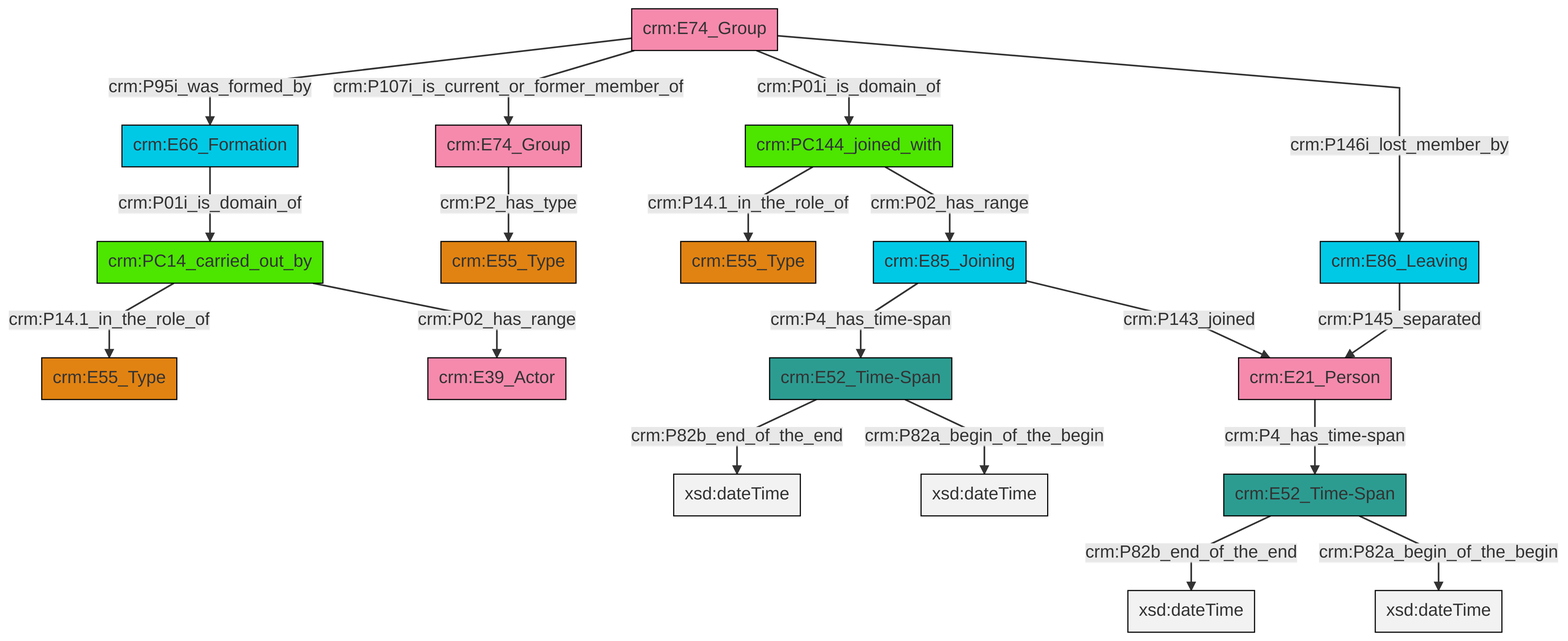
The Mermaid diagram et/groupCSV/ttl/mmd/png/group_actor_relations.png in swiss-art-research-net/reference-data-models, before a commit. Its source is kept beside it as et/groupCSV/ttl/mmd/group_actor_relations.ttl.mmd. The source it was exported from:
```mermaid
graph TD
classDef Literal fill:#f2f2f2,stroke:#000000;
classDef CRM_Entity fill:#FFFFFF,stroke:#000000;
classDef Temporal_Entity fill:#00C9E6, stroke:#000000;
classDef Type fill:#E18312, stroke:#000000;
classDef Time-Span fill:#2C9C91, stroke:#000000;
classDef Appellation fill:#FFEB7F, stroke:#000000;
classDef Place fill:#008836, stroke:#000000;
classDef Persistent_Item fill:#B266B2, stroke:#000000;
classDef Conceptual_Object fill:#FFD700, stroke:#000000;
classDef Physical_Thing fill:#D2B48C, stroke:#000000;
classDef Actor fill:#f58aad, stroke:#000000;
classDef PC_Classes fill:#4ce600, stroke:#000000;
classDef Multi fill:#cccccc,stroke:#000000;

2["crm:E52_Time-Span"]:::Time-Span -->|crm:P82b_end_of_the_end| 3[xsd:dateTime]:::Literal
0["crm:E86_Leaving"]:::Temporal_Entity -->|crm:P145_separated| 8["crm:E21_Person"]:::Actor
11["crm:PC14_carried_out_by"]:::PC_Classes -->|crm:P14.1_in_the_role_of| 12["crm:E55_Type"]:::Type
11["crm:PC14_carried_out_by"]:::PC_Classes -->|crm:P02_has_range| 13["crm:E39_Actor"]:::Actor
14["crm:E85_Joining"]:::Temporal_Entity -->|crm:P4_has_time-span| 2["crm:E52_Time-Span"]:::Time-Span
15["crm:E74_Group"]:::Actor -->|crm:P95i_was_formed_by| 6["crm:E66_Formation"]:::Temporal_Entity
18["crm:PC144_joined_with"]:::PC_Classes -->|crm:P14.1_in_the_role_of| 19["crm:E55_Type"]:::Type
14["crm:E85_Joining"]:::Temporal_Entity -->|crm:P143_joined| 8["crm:E21_Person"]:::Actor
2["crm:E52_Time-Span"]:::Time-Span -->|crm:P82a_begin_of_the_begin| 20[xsd:dateTime]:::Literal
9["crm:E52_Time-Span"]:::Time-Span -->|crm:P82b_end_of_the_end| 22[xsd:dateTime]:::Literal
9["crm:E52_Time-Span"]:::Time-Span -->|crm:P82a_begin_of_the_begin| 23[xsd:dateTime]:::Literal
8["crm:E21_Person"]:::Actor -->|crm:P4_has_time-span| 9["crm:E52_Time-Span"]:::Time-Span
6["crm:E66_Formation"]:::Temporal_Entity -->|crm:P01i_is_domain_of| 11["crm:PC14_carried_out_by"]:::PC_Classes
18["crm:PC144_joined_with"]:::PC_Classes -->|crm:P02_has_range| 14["crm:E85_Joining"]:::Temporal_Entity
15["crm:E74_Group"]:::Actor -->|crm:P107i_is_current_or_former_member_of| 31["crm:E74_Group"]:::Actor
31["crm:E74_Group"]:::Actor -->|crm:P2_has_type| 4["crm:E55_Type"]:::Type
15["crm:E74_Group"]:::Actor -->|crm:P01i_is_domain_of| 18["crm:PC144_joined_with"]:::PC_Classes
15["crm:E74_Group"]:::Actor -->|crm:P146i_lost_member_by| 0["crm:E86_Leaving"]:::Temporal_Entity
```
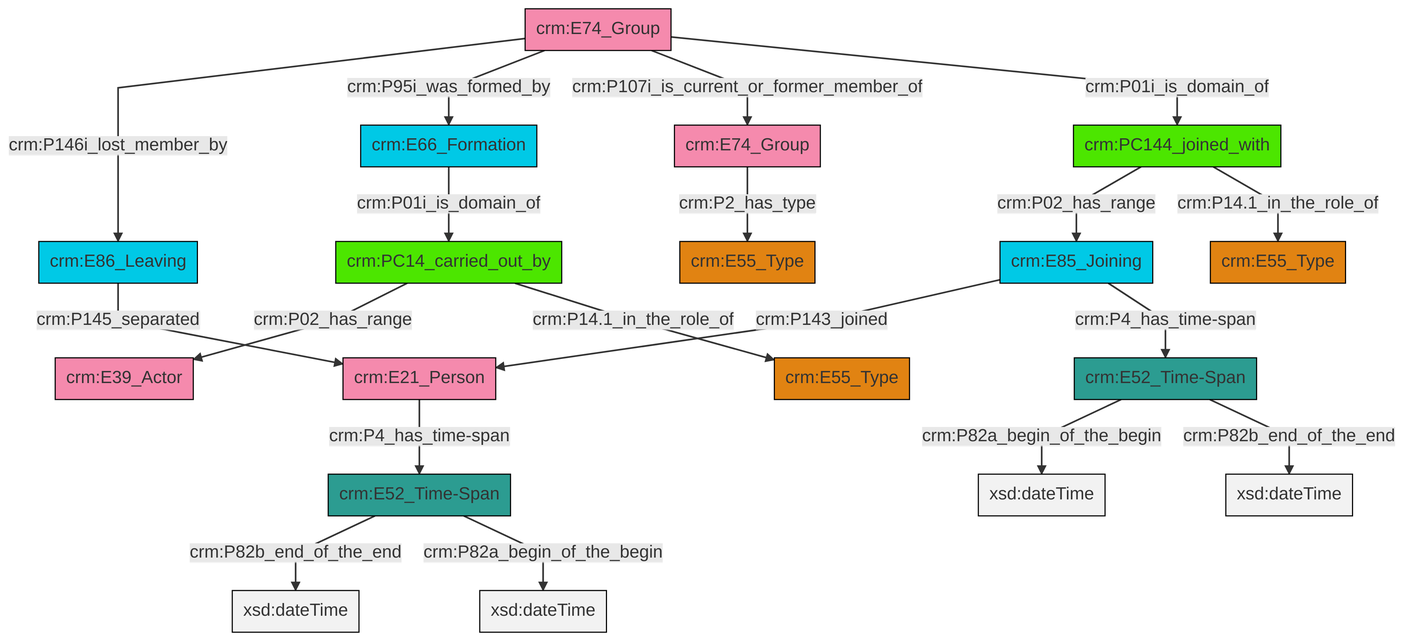
Above is the later version.

What changed in the source:
```diff
@@ -13,21 +13,21 @@
 classDef PC_Classes fill:#4ce600, stroke:#000000;
 classDef Multi fill:#cccccc,stroke:#000000;
 
-2["crm:E52_Time-Span"]:::Time-Span -->|crm:P82b_end_of_the_end| 3[xsd:dateTime]:::Literal
-0["crm:E86_Leaving"]:::Temporal_Entity -->|crm:P145_separated| 8["crm:E21_Person"]:::Actor
-11["crm:PC14_carried_out_by"]:::PC_Classes -->|crm:P14.1_in_the_role_of| 12["crm:E55_Type"]:::Type
-11["crm:PC14_carried_out_by"]:::PC_Classes -->|crm:P02_has_range| 13["crm:E39_Actor"]:::Actor
-14["crm:E85_Joining"]:::Temporal_Entity -->|crm:P4_has_time-span| 2["crm:E52_Time-Span"]:::Time-Span
-15["crm:E74_Group"]:::Actor -->|crm:P95i_was_formed_by| 6["crm:E66_Formation"]:::Temporal_Entity
-18["crm:PC144_joined_with"]:::PC_Classes -->|crm:P14.1_in_the_role_of| 19["crm:E55_Type"]:::Type
-14["crm:E85_Joining"]:::Temporal_Entity -->|crm:P143_joined| 8["crm:E21_Person"]:::Actor
-2["crm:E52_Time-Span"]:::Time-Span -->|crm:P82a_begin_of_the_begin| 20[xsd:dateTime]:::Literal
-9["crm:E52_Time-Span"]:::Time-Span -->|crm:P82b_end_of_the_end| 22[xsd:dateTime]:::Literal
-9["crm:E52_Time-Span"]:::Time-Span -->|crm:P82a_begin_of_the_begin| 23[xsd:dateTime]:::Literal
-8["crm:E21_Person"]:::Actor -->|crm:P4_has_time-span| 9["crm:E52_Time-Span"]:::Time-Span
-6["crm:E66_Formation"]:::Temporal_Entity -->|crm:P01i_is_domain_of| 11["crm:PC14_carried_out_by"]:::PC_Classes
-18["crm:PC144_joined_with"]:::PC_Classes -->|crm:P02_has_range| 14["crm:E85_Joining"]:::Temporal_Entity
-15["crm:E74_Group"]:::Actor -->|crm:P107i_is_current_or_former_member_of| 31["crm:E74_Group"]:::Actor
-31["crm:E74_Group"]:::Actor -->|crm:P2_has_type| 4["crm:E55_Type"]:::Type
-15["crm:E74_Group"]:::Actor -->|crm:P01i_is_domain_of| 18["crm:PC144_joined_with"]:::PC_Classes
-15["crm:E74_Group"]:::Actor -->|crm:P146i_lost_member_by| 0["crm:E86_Leaving"]:::Temporal_Entity
+0["crm:E74_Group"]:::Actor -->|crm:P146i_lost_member_by| 1["crm:E86_Leaving"]:::Temporal_Entity
+4["crm:E74_Group"]:::Actor -->|crm:P2_has_type| 6["crm:E55_Type"]:::Type
+9["crm:E52_Time-Span"]:::Time-Span -->|crm:P82b_end_of_the_end| 10[xsd:dateTime]:::Literal
+11["crm:E21_Person"]:::Actor -->|crm:P4_has_time-span| 9["crm:E52_Time-Span"]:::Time-Span
+17["crm:PC144_joined_with"]:::PC_Classes -->|crm:P02_has_range| 18["crm:E85_Joining"]:::Temporal_Entity
+19["crm:PC14_carried_out_by"]:::PC_Classes -->|crm:P02_has_range| 12["crm:E39_Actor"]:::Actor
+14["crm:E66_Formation"]:::Temporal_Entity -->|crm:P01i_is_domain_of| 19["crm:PC14_carried_out_by"]:::PC_Classes
+17["crm:PC144_joined_with"]:::PC_Classes -->|crm:P14.1_in_the_role_of| 21["crm:E55_Type"]:::Type
+1["crm:E86_Leaving"]:::Temporal_Entity -->|crm:P145_separated| 11["crm:E21_Person"]:::Actor
+0["crm:E74_Group"]:::Actor -->|crm:P95i_was_formed_by| 14["crm:E66_Formation"]:::Temporal_Entity
+18["crm:E85_Joining"]:::Temporal_Entity -->|crm:P143_joined| 11["crm:E21_Person"]:::Actor
+0["crm:E74_Group"]:::Actor -->|crm:P107i_is_current_or_former_member_of| 4["crm:E74_Group"]:::Actor
+19["crm:PC14_carried_out_by"]:::PC_Classes -->|crm:P14.1_in_the_role_of| 2["crm:E55_Type"]:::Type
+0["crm:E74_Group"]:::Actor -->|crm:P01i_is_domain_of| 17["crm:PC144_joined_with"]:::PC_Classes
+9["crm:E52_Time-Span"]:::Time-Span -->|crm:P82a_begin_of_the_begin| 28[xsd:dateTime]:::Literal
+18["crm:E85_Joining"]:::Temporal_Entity -->|crm:P4_has_time-span| 7["crm:E52_Time-Span"]:::Time-Span
+7["crm:E52_Time-Span"]:::Time-Span -->|crm:P82a_begin_of_the_begin| 32[xsd:dateTime]:::Literal
+7["crm:E52_Time-Span"]:::Time-Span -->|crm:P82b_end_of_the_end| 34[xsd:dateTime]:::Literal
```
